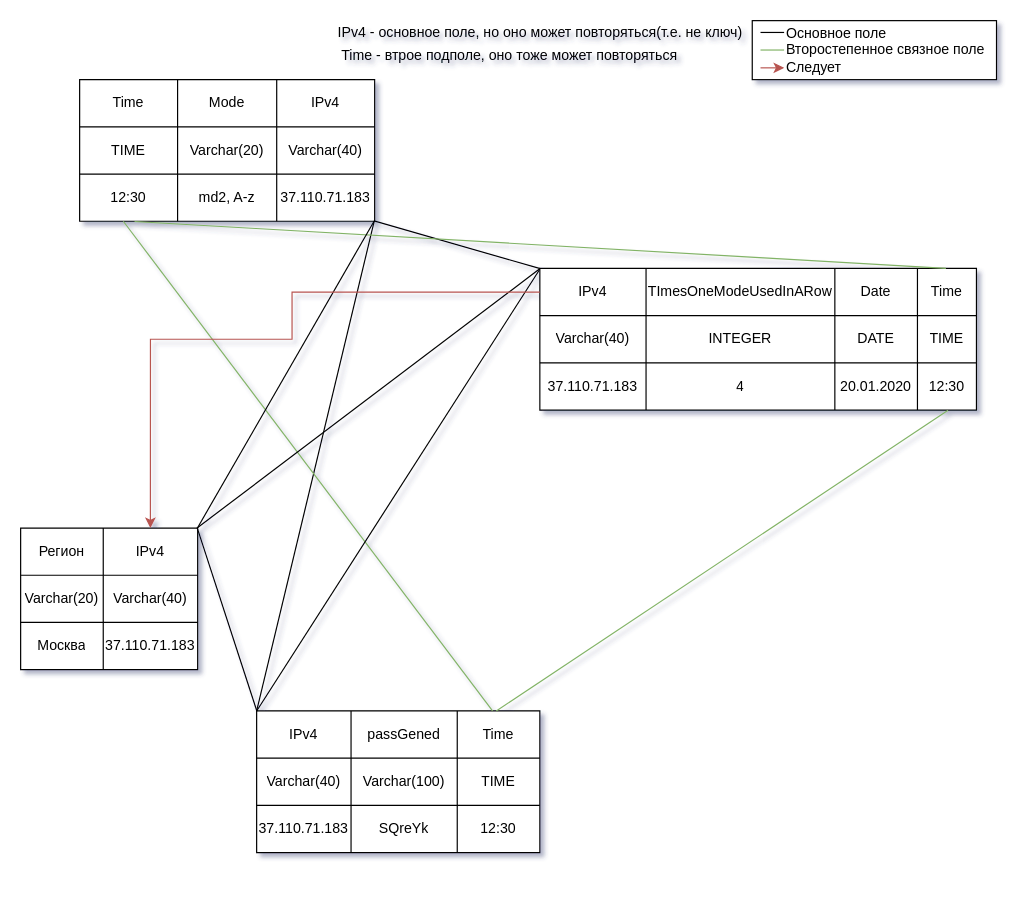
The draw.io diagram Untitled Diagram.drawio in GalteXx/Randomizer, before the edit. Source tidied: cells renumbered, new cells numbered last; positions are measured from the earlier drawing's top-left corner, leaving out a move shared by most shapes. Both pictures are drawn from the tidied source at 118%, with x=0, y=0 at pixel (20, 20).
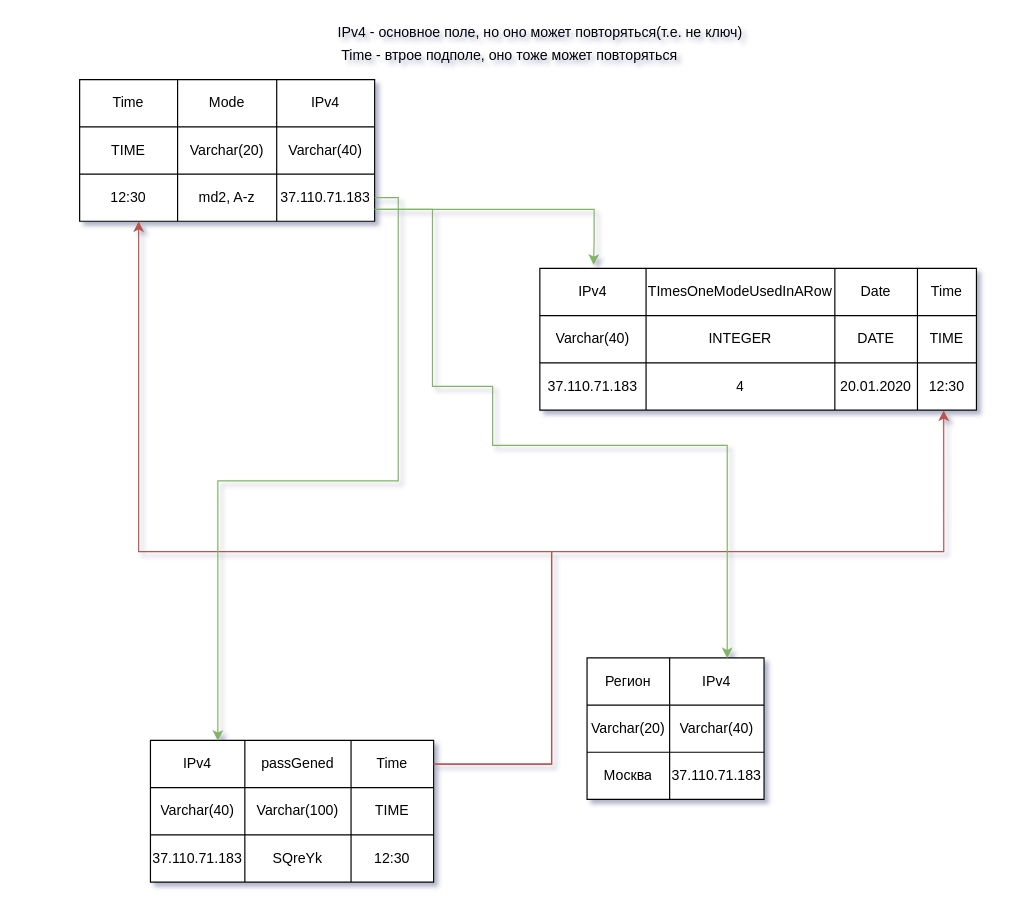
After the change.

Unchanged cells that the change refers to:
```xml
<mxCell id="12" style="shape=partialRectangle;html=1;whiteSpace=wrap;fillColor=none;top=0;left=0;bottom=0;right=0;points=[[0,0.5],[1,0.5]];portConstraint=eastwest;" parent="3" vertex="1">
  <mxGeometry y="80" width="250" height="40" as="geometry" />
</mxCell>
<mxCell id="17" style="shape=partialRectangle;html=1;whiteSpace=wrap;fillColor=none;top=0;left=0;bottom=0;right=0;points=[[0,0.5],[1,0.5]];portConstraint=eastwest;" parent="16" vertex="1">
  <mxGeometry width="240" height="40" as="geometry" />
</mxCell>
<mxCell id="35" style="shape=partialRectangle;html=1;whiteSpace=wrap;fillColor=none;top=0;left=0;bottom=0;right=0;points=[[0,0.5],[1,0.5]];portConstraint=eastwest;" parent="34" vertex="1">
  <mxGeometry width="370" height="40" as="geometry" />
</mxCell>
<mxCell id="45" style="shape=partialRectangle;html=1;whiteSpace=wrap;fillColor=none;top=0;left=0;bottom=0;right=0;points=[[0,0.5],[1,0.5]];portConstraint=eastwest;" parent="34" vertex="1">
  <mxGeometry y="80" width="370" height="40" as="geometry" />
</mxCell>
<mxCell id="54" style="shape=partialRectangle;html=1;whiteSpace=wrap;fillColor=none;top=0;left=0;bottom=0;right=0;points=[[0,0.5],[1,0.5]];portConstraint=eastwest;" parent="53" vertex="1">
  <mxGeometry width="150" height="40" as="geometry" />
</mxCell>
```

What changed in the source:
```diff
@@
-    <mxCell id="2" style="rounded=0;whiteSpace=wrap;html=1;" parent="1" vertex="1">
-      <mxGeometry x="620" width="207" height="50" as="geometry" />
-    </mxCell>
@@
     <mxCell id="16" style="shape=table;html=1;whiteSpace=wrap;startSize=0;childLayout=tableLayout;" parent="1" vertex="1">
-      <mxGeometry x="200" y="585" width="240" height="120" as="geometry" />
+      <mxGeometry x="110" y="610" width="240" height="120" as="geometry" />
     </mxCell>
@@
-    <mxCell id="29" style="endArrow=none;html=1;exitX=0;exitY=0;exitDx=0;exitDy=0;entryX=0.999;entryY=0.987;entryDx=0;entryDy=0;entryPerimeter=0;" parent="1" edge="1" source="16" target="12">
-      <mxGeometry relative="1" as="geometry" />
-    </mxCell>
-    <mxCell id="30" style="endArrow=none;html=1;exitX=0.833;exitY=0;exitDx=0;exitDy=0;exitPerimeter=0;entryX=0.148;entryY=1;entryDx=0;entryDy=0;entryPerimeter=0;fillColor=#d5e8d4;strokeColor=#82b366;" parent="1" edge="1" source="17" target="12">
-      <mxGeometry relative="1" as="geometry" />
-    </mxCell>
-    <mxCell id="31" style="endArrow=none;html=1;entryX=0.001;entryY=0.001;entryDx=0;entryDy=0;entryPerimeter=0;" parent="1" edge="1" target="35">
-      <mxGeometry relative="1" as="geometry">
-        <mxPoint x="200" y="585" as="sourcePoint" />
-      </mxGeometry>
-    </mxCell>
@@
-    <mxCell id="33" style="endArrow=none;html=1;entryX=0.998;entryY=0.993;entryDx=0;entryDy=0;entryPerimeter=0;exitX=0.001;exitY=0.005;exitDx=0;exitDy=0;exitPerimeter=0;" parent="1" edge="1" source="35" target="12">
-      <mxGeometry relative="1" as="geometry" />
-    </mxCell>
@@
-    <mxCell id="50" style="endArrow=none;html=1;exitX=0.846;exitY=0;exitDx=0;exitDy=0;exitPerimeter=0;fillColor=#d5e8d4;strokeColor=#82b366;entryX=0.935;entryY=1.005;entryDx=0;entryDy=0;entryPerimeter=0;" parent="1" edge="1" source="17" target="45">
-      <mxGeometry relative="1" as="geometry" />
-    </mxCell>
-    <mxCell id="51" style="endArrow=none;html=1;entryX=0.93;entryY=0;entryDx=0;entryDy=0;entryPerimeter=0;fillColor=#d5e8d4;strokeColor=#82b366;exitX=0.186;exitY=1.005;exitDx=0;exitDy=0;exitPerimeter=0;" parent="1" edge="1" source="12" target="35">
-      <mxGeometry relative="1" as="geometry" />
-    </mxCell>
@@
     <mxCell id="53" style="shape=table;html=1;whiteSpace=wrap;startSize=0;childLayout=tableLayout;" parent="1" vertex="1">
-      <mxGeometry y="430" width="150" height="120" as="geometry" />
+      <mxGeometry x="480" y="540" width="150" height="120" as="geometry" />
     </mxCell>
@@
-    <mxCell id="63" style="endArrow=none;html=1;exitX=0.998;exitY=0.003;exitDx=0;exitDy=0;exitPerimeter=0;entryX=0.998;entryY=1;entryDx=0;entryDy=0;entryPerimeter=0;" parent="1" edge="1" source="54" target="12">
-      <mxGeometry relative="1" as="geometry" />
-    </mxCell>
-    <mxCell id="64" style="endArrow=none;html=1;exitX=0.997;exitY=-0.002;exitDx=0;exitDy=0;exitPerimeter=0;entryX=-0.001;entryY=0.013;entryDx=0;entryDy=0;entryPerimeter=0;" parent="1" edge="1" source="54" target="35">
-      <mxGeometry relative="1" as="geometry" />
-    </mxCell>
-    <mxCell id="65" style="endArrow=none;html=1;exitX=0.997;exitY=-0.008;exitDx=0;exitDy=0;entryX=0.001;entryY=0.006;entryDx=0;entryDy=0;entryPerimeter=0;exitPerimeter=0;" parent="1" edge="1" source="54" target="17">
-      <mxGeometry relative="1" as="geometry" />
-    </mxCell>
-    <mxCell id="66" style="edgeStyle=orthogonalEdgeStyle;rounded=0;jettySize=auto;html=1;exitX=0;exitY=0.5;exitDx=0;exitDy=0;entryX=0.733;entryY=0;entryDx=0;entryDy=0;entryPerimeter=0;fillColor=#f8cecc;strokeColor=#b85450;" parent="1" edge="1" source="35" target="54">
-      <mxGeometry relative="1" as="geometry">
-        <Array as="points">
-          <mxPoint x="230" y="230" />
-          <mxPoint x="230" y="270" />
-          <mxPoint x="110" y="270" />
-        </Array>
-      </mxGeometry>
-    </mxCell>
-    <mxCell id="67" style="endArrow=none;html=1;" parent="1" edge="1">
-      <mxGeometry relative="1" as="geometry">
-        <mxPoint x="627" y="10" as="sourcePoint" />
-        <mxPoint x="647" y="10" as="targetPoint" />
-        <Array as="points">
-          <mxPoint x="637" y="10" />
-        </Array>
-      </mxGeometry>
-    </mxCell>
-    <mxCell id="68" value="Основное поле&lt;br&gt;&lt;div&gt;&lt;span&gt;Второстепенное связное поле&lt;/span&gt;&lt;/div&gt;Следует" style="text;html=1;align=left;verticalAlign=middle;fillColor=none;strokeColor=none;rounded=0;" parent="1" vertex="1">
-      <mxGeometry x="647" width="180" height="50" as="geometry" />
-    </mxCell>
-    <mxCell id="69" style="endArrow=none;html=1;fillColor=#d5e8d4;strokeColor=#82b366;" parent="1" edge="1">
-      <mxGeometry relative="1" as="geometry">
-        <mxPoint x="627" y="24.9" as="sourcePoint" />
-        <mxPoint x="647" y="24.9" as="targetPoint" />
-      </mxGeometry>
-    </mxCell>
-    <mxCell id="70" style="endArrow=classic;html=1;fillColor=#f8cecc;strokeColor=#b85450;" parent="1" edge="1">
-      <mxGeometry relative="1" as="geometry">
-        <mxPoint x="627" y="40" as="sourcePoint" />
-        <mxPoint x="647" y="40" as="targetPoint" />
-      </mxGeometry>
-    </mxCell>
+    <mxCell id="50" style="edgeStyle=orthogonalEdgeStyle;rounded=0;jettySize=auto;html=1;exitX=1;exitY=0.5;exitDx=0;exitDy=0;entryX=0.925;entryY=1.008;entryDx=0;entryDy=0;entryPerimeter=0;fillColor=#f8cecc;strokeColor=#b85450;" parent="1" edge="1" source="17" target="45">
+      <mxGeometry relative="1" as="geometry">
+        <Array as="points">
+          <mxPoint x="450" y="630" />
+          <mxPoint x="450" y="450" />
+          <mxPoint x="782" y="450" />
+        </Array>
+      </mxGeometry>
+    </mxCell>
+    <mxCell id="71" style="edgeStyle=orthogonalEdgeStyle;jettySize=auto;html=1;exitX=1;exitY=0.5;exitDx=0;exitDy=0;rounded=0;fillColor=#f8cecc;strokeColor=#b85450;" parent="1" edge="1" source="17">
+      <mxGeometry relative="1" as="geometry">
+        <mxPoint x="100" y="170" as="targetPoint" />
+        <Array as="points">
+          <mxPoint x="450" y="630" />
+          <mxPoint x="450" y="450" />
+          <mxPoint x="100" y="450" />
+          <mxPoint x="100" y="173" />
+        </Array>
+      </mxGeometry>
+    </mxCell>
+    <mxCell id="51" style="edgeStyle=orthogonalEdgeStyle;jettySize=auto;html=1;entryX=0.123;entryY=-0.075;entryDx=0;entryDy=0;entryPerimeter=0;rounded=0;fillColor=#d5e8d4;strokeColor=#82b366;" parent="1" edge="1" source="12" target="35">
+      <mxGeometry relative="1" as="geometry">
+        <Array as="points">
+          <mxPoint x="486" y="160" />
+          <mxPoint x="486" y="187" />
+        </Array>
+      </mxGeometry>
+    </mxCell>
+    <mxCell id="72" style="edgeStyle=orthogonalEdgeStyle;jettySize=auto;html=1;entryX=0.792;entryY=0.008;entryDx=0;entryDy=0;entryPerimeter=0;rounded=0;fillColor=#d5e8d4;strokeColor=#82b366;" parent="1" edge="1" source="12" target="54">
+      <mxGeometry relative="1" as="geometry">
+        <Array as="points">
+          <mxPoint x="349" y="160" />
+          <mxPoint x="349" y="310" />
+          <mxPoint x="400" y="310" />
+          <mxPoint x="400" y="360" />
+          <mxPoint x="599" y="360" />
+        </Array>
+      </mxGeometry>
+    </mxCell>
+    <mxCell id="73" style="edgeStyle=orthogonalEdgeStyle;rounded=0;jettySize=auto;html=1;entryX=0.238;entryY=0.008;entryDx=0;entryDy=0;entryPerimeter=0;strokeColor=#82b366;fillColor=#d5e8d4;" parent="1" edge="1" source="12" target="17">
+      <mxGeometry relative="1" as="geometry" />
+    </mxCell>
```
